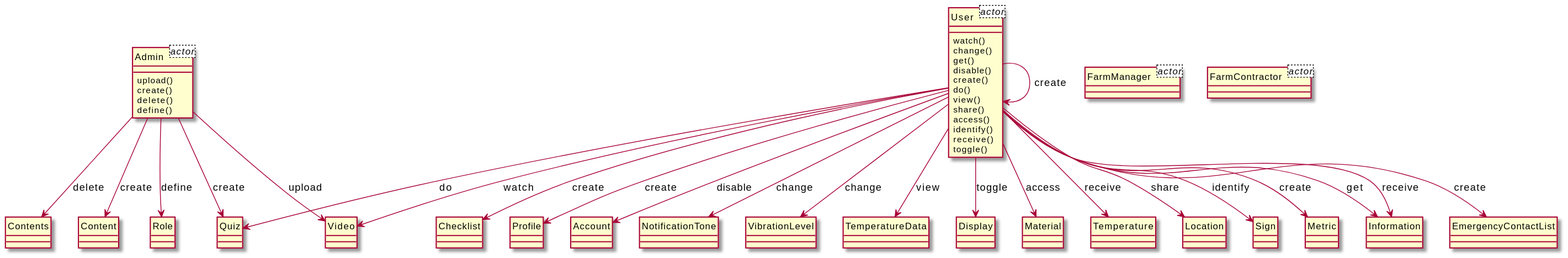
xixixhalu/DomainModelExtractor keeps this PlantUML diagram as output/diagram_5/2016-USC-Project09.svg. Above is the earlier version.
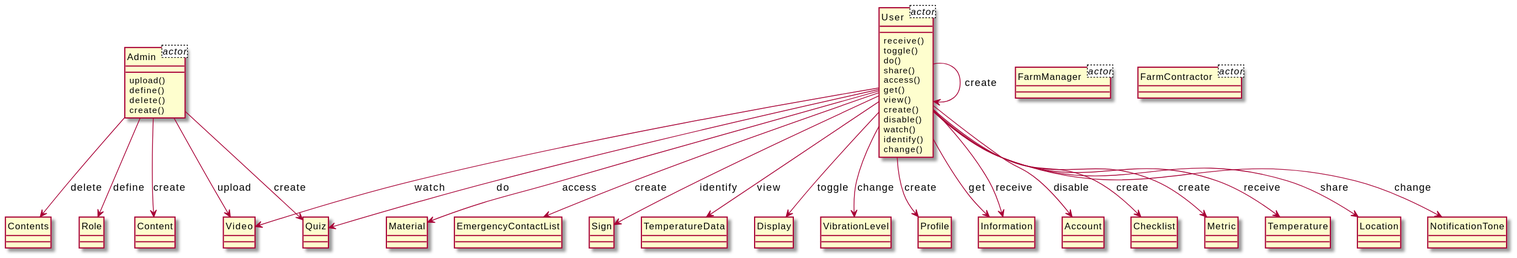
Above is the later version.

Change to the diagram source:
```diff
@@ -9,84 +9,84 @@
 class FarmContractor<actor> {
 }
 class User {
-	watch()
-	change()
-	get()
-	disable()
-	create()
+	receive()
+	toggle()
 	do()
-	view()
 	share()
 	access()
+	get()
+	view()
+	create()
+	disable()
+	watch()
 	identify()
-	receive()
-	toggle()
+	change()
+}
+class Profile {
+}
+class Video {
+}
+class Information {
+}
+class Admin {
+	upload()
+	define()
+	delete()
+	create()
+}
+class Account {
+}
+class Checklist {
+}
+class Metric {
+}
+class Temperature {
+}
+class Contents {
+}
+class Quiz {
+}
+class Location {
+}
+class NotificationTone {
+}
+class Material {
+}
+class EmergencyContactList {
+}
+class Sign {
+}
+class TemperatureData {
 }
 class Display {
 }
-class Material {
-}
-class Temperature {
-}
-class Admin {
-	upload()
-	create()
-	delete()
-	define()
-}
-class Video {
-}
-class Location {
-}
-class Sign {
-}
-class Quiz {
-}
 class Role {
 }
-class Contents {
-}
-class Metric {
-}
-class Information {
-}
-class EmergencyContactList {
-}
-class Checklist {
+class VibrationLevel {
 }
 class Content {
 }
-class Profile {
-}
-class Account {
-}
-class NotificationTone {
-}
-class VibrationLevel {
-}
-class TemperatureData {
-}
+User --> Information : get
+User --> TemperatureData : view
+User --> EmergencyContactList : create
+User --> Display : toggle
+Admin --> Video : upload
+User --> Account : disable
+Admin --> Role : define
+User --> Checklist : create
+User --> VibrationLevel : change
+User --> User : create
+Admin --> Content : create
+User --> Metric : create
+User --> NotificationTone : change
 User --> Temperature : receive
-User --> Account : disable
-Admin --> Content : create
-User --> NotificationTone : change
-Admin --> Video : upload
-User --> VibrationLevel : change
-User --> Location : share
-User --> Video : watch
-User --> Sign : identify
-User --> TemperatureData : view
-User --> User : create
-User --> EmergencyContactList : create
+User --> Material : access
+Admin --> Contents : delete
 User --> Quiz : do
-User --> Information : get
-User --> Checklist : create
-Admin --> Role : define
-Admin --> Contents : delete
-User --> Metric : create
-User --> Display : toggle
-Admin --> Quiz : create
-User --> Material : access
 User --> Information : receive
 User --> Profile : create
+User --> Sign : identify
+User --> Video : watch
+User --> Location : share
+Admin --> Quiz : create
 @enduml
```
